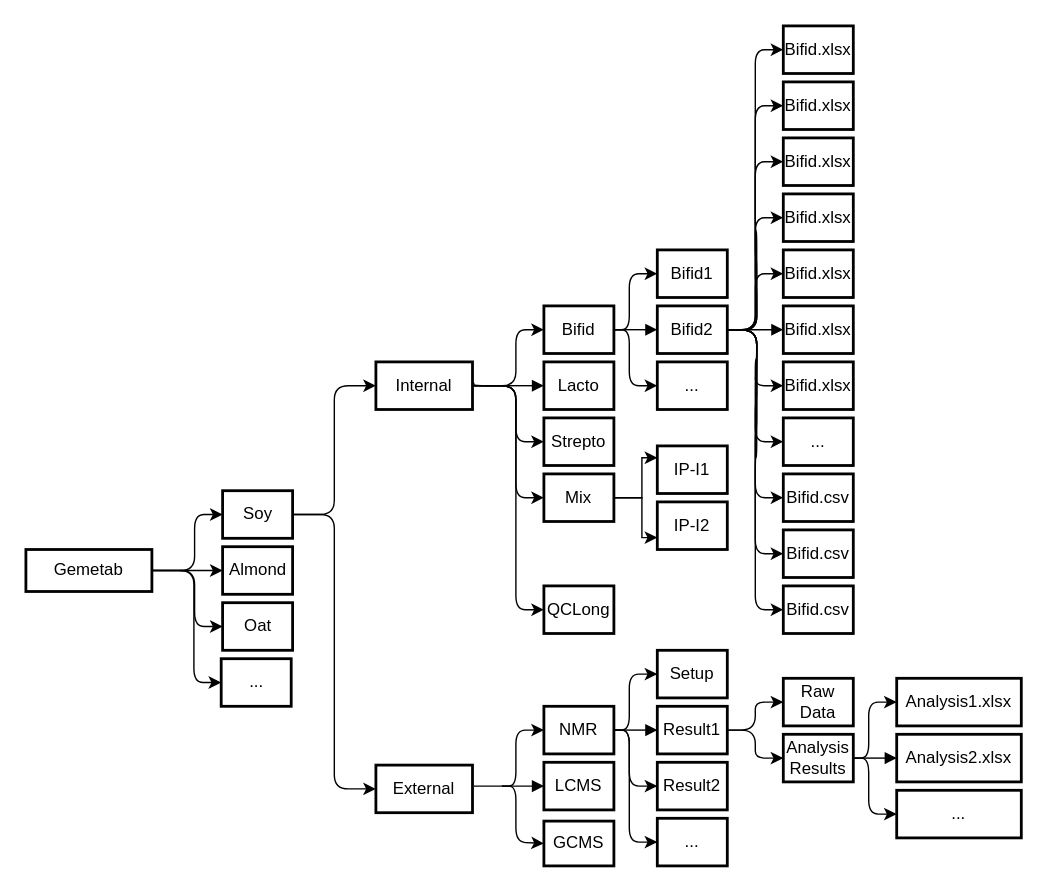
Earlier version of the draw.io diagram Diagramme sans nom.drawio (Yoseko/first_streamlit_app). Source tidied: cells renumbered, new cells numbered last; positions are measured from the earlier drawing's top-left corner, leaving out a move shared by most shapes. Both pictures are drawn from the tidied source at 140%, with x=0, y=0 at pixel (25, 25).
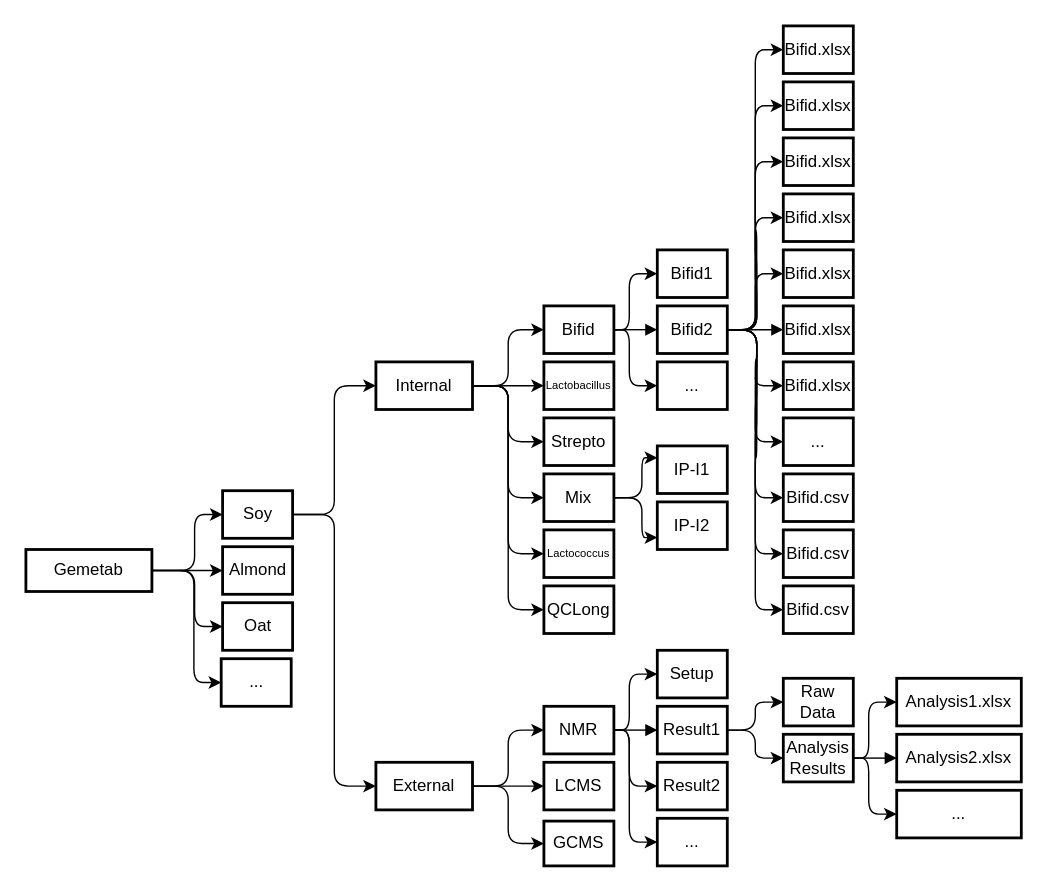
The same diagram, later.

Unchanged cells that the change refers to:
```xml
<mxCell id="22" value="NMR" style="whiteSpace=wrap;strokeWidth=2;" parent="1" vertex="1">
  <mxGeometry x="370" y="486" width="50" height="34" as="geometry" />
</mxCell>
<mxCell id="23" value="LCMS" style="whiteSpace=wrap;strokeWidth=2;" parent="1" vertex="1">
  <mxGeometry x="370" y="526" width="50" height="34" as="geometry" />
</mxCell>
<mxCell id="25" value="GCMS" style="whiteSpace=wrap;strokeWidth=2;" parent="1" vertex="1">
  <mxGeometry x="370" y="568" width="50" height="32" as="geometry" />
</mxCell>
<mxCell id="28" value="Bifid" style="whiteSpace=wrap;strokeWidth=2;" parent="1" vertex="1">
  <mxGeometry x="370" y="200" width="50" height="34" as="geometry" />
</mxCell>
<mxCell id="31" value="Strepto" style="whiteSpace=wrap;strokeWidth=2;" parent="1" vertex="1">
  <mxGeometry x="370" y="280" width="50" height="34" as="geometry" />
</mxCell>
<mxCell id="42" value="Mix" style="whiteSpace=wrap;strokeWidth=2;" parent="1" vertex="1">
  <mxGeometry x="370" y="320" width="50" height="34" as="geometry" />
</mxCell>
<mxCell id="78" value="IP-I1" style="whiteSpace=wrap;strokeWidth=2;" parent="1" vertex="1">
  <mxGeometry x="451" y="300" width="50" height="34" as="geometry" />
</mxCell>
<mxCell id="79" value="IP-I2" style="whiteSpace=wrap;strokeWidth=2;" parent="1" vertex="1">
  <mxGeometry x="451" y="340" width="50" height="34" as="geometry" />
</mxCell>
<mxCell id="80" value="QCLong" style="whiteSpace=wrap;strokeWidth=2;" parent="1" vertex="1">
  <mxGeometry x="370" y="400" width="50" height="34" as="geometry" />
</mxCell>
```

What changed in the source:
```diff
@@
-    <mxCell id="8" value="Internal" style="whiteSpace=wrap;strokeWidth=2;" parent="1" vertex="1">
-      <mxGeometry x="250" y="240" width="69" height="34" as="geometry" />
-    </mxCell>
-    <mxCell id="9" style="edgeStyle=orthogonalEdgeStyle;rounded=1;jettySize=auto;html=1;exitX=1;exitY=0.5;exitDx=0;exitDy=0;entryX=0;entryY=0.5;entryDx=0;entryDy=0;curved=0;" parent="1" edge="1" target="22">
-      <mxGeometry relative="1" as="geometry">
-        <mxPoint x="340" y="543" as="sourcePoint" />
-        <Array as="points">
-          <mxPoint x="350" y="543" />
-          <mxPoint x="350" y="503" />
-        </Array>
-      </mxGeometry>
-    </mxCell>
-    <mxCell id="10" style="edgeStyle=orthogonalEdgeStyle;rounded=1;jettySize=auto;html=1;exitX=1;exitY=0.5;exitDx=0;exitDy=0;entryX=0;entryY=0.5;entryDx=0;entryDy=0;curved=0;" parent="1" edge="1" target="25">
-      <mxGeometry relative="1" as="geometry">
-        <mxPoint x="340" y="543" as="sourcePoint" />
-        <Array as="points">
-          <mxPoint x="350" y="543" />
-          <mxPoint x="350" y="583" />
-        </Array>
-      </mxGeometry>
-    </mxCell>
-    <mxCell id="11" value="External" style="whiteSpace=wrap;strokeWidth=2;" parent="1" vertex="1">
-      <mxGeometry x="250" y="528" width="69" height="34" as="geometry" />
-    </mxCell>
+    <mxCell id="82" style="edgeStyle=orthogonalEdgeStyle;rounded=1;jettySize=auto;html=1;exitX=1;exitY=0.5;exitDx=0;exitDy=0;entryX=0;entryY=0.5;entryDx=0;entryDy=0;curved=0;" parent="1" edge="1" source="8" target="87">
+      <mxGeometry relative="1" as="geometry" />
+    </mxCell>
     <mxCell id="12" style="edgeStyle=orthogonalEdgeStyle;rounded=1;jettySize=auto;html=1;exitX=1;exitY=0.5;exitDx=0;exitDy=0;entryX=0;entryY=0.5;entryDx=0;entryDy=0;curved=0;" parent="1" edge="1" source="8" target="28">
-      <mxGeometry relative="1" as="geometry">
-        <Array as="points">
-          <mxPoint x="320" y="255" />
-          <mxPoint x="320" y="257" />
-          <mxPoint x="350" y="257" />
-          <mxPoint x="350" y="217" />
-        </Array>
-      </mxGeometry>
+      <mxGeometry relative="1" as="geometry" />
     </mxCell>
+    <mxCell id="83" style="edgeStyle=orthogonalEdgeStyle;rounded=0;jettySize=auto;html=1;exitX=1;exitY=0.5;exitDx=0;exitDy=0;entryX=0;entryY=0.5;entryDx=0;entryDy=0;" parent="1" edge="1" source="8" target="29">
+      <mxGeometry relative="1" as="geometry" />
+    </mxCell>
     <mxCell id="13" style="edgeStyle=orthogonalEdgeStyle;rounded=1;jettySize=auto;html=1;exitX=1;exitY=0.5;exitDx=0;exitDy=0;entryX=0;entryY=0.5;entryDx=0;entryDy=0;curved=0;" parent="1" edge="1" source="8" target="31">
-      <mxGeometry relative="1" as="geometry">
-        <Array as="points">
-          <mxPoint x="319" y="257" />
-          <mxPoint x="350" y="257" />
-          <mxPoint x="350" y="297" />
-        </Array>
-      </mxGeometry>
+      <mxGeometry relative="1" as="geometry" />
     </mxCell>
     <mxCell id="14" style="edgeStyle=orthogonalEdgeStyle;rounded=1;jettySize=auto;html=1;exitX=1;exitY=0.5;exitDx=0;exitDy=0;entryX=0;entryY=0.5;entryDx=0;entryDy=0;curved=0;" parent="1" edge="1" source="8" target="42">
-      <mxGeometry relative="1" as="geometry">
-        <Array as="points">
-          <mxPoint x="319" y="257" />
-          <mxPoint x="350" y="257" />
-          <mxPoint x="350" y="337" />
-        </Array>
-      </mxGeometry>
+      <mxGeometry relative="1" as="geometry" />
     </mxCell>
     <mxCell id="15" style="edgeStyle=orthogonalEdgeStyle;rounded=1;jettySize=auto;html=1;exitX=1;exitY=0.5;exitDx=0;exitDy=0;entryX=0;entryY=0.5;entryDx=0;entryDy=0;curved=0;" parent="1" edge="1" source="8" target="80">
-      <mxGeometry relative="1" as="geometry">
-        <Array as="points">
-          <mxPoint x="319" y="257" />
-          <mxPoint x="350" y="257" />
-          <mxPoint x="350" y="417" />
-        </Array>
-      </mxGeometry>
+      <mxGeometry relative="1" as="geometry" />
     </mxCell>
+    <mxCell id="8" value="Internal" style="whiteSpace=wrap;strokeWidth=2;" parent="1" vertex="1">
+      <mxGeometry x="250" y="240" width="69" height="34" as="geometry" />
+    </mxCell>
+    <mxCell id="84" style="edgeStyle=orthogonalEdgeStyle;rounded=1;jettySize=auto;html=1;exitX=1;exitY=0.5;exitDx=0;exitDy=0;entryX=0;entryY=0.5;entryDx=0;entryDy=0;curved=0;" parent="1" edge="1" source="11" target="22">
+      <mxGeometry relative="1" as="geometry" />
+    </mxCell>
+    <mxCell id="85" style="edgeStyle=orthogonalEdgeStyle;rounded=0;jettySize=auto;html=1;exitX=1;exitY=0.5;exitDx=0;exitDy=0;" parent="1" edge="1" source="11" target="23">
+      <mxGeometry relative="1" as="geometry" />
+    </mxCell>
+    <mxCell id="86" style="edgeStyle=orthogonalEdgeStyle;rounded=1;jettySize=auto;html=1;exitX=1;exitY=0.5;exitDx=0;exitDy=0;entryX=0;entryY=0.5;entryDx=0;entryDy=0;curved=0;" parent="1" edge="1" source="11" target="25">
+      <mxGeometry relative="1" as="geometry" />
+    </mxCell>
+    <mxCell id="11" value="External" style="whiteSpace=wrap;strokeWidth=2;" parent="1" vertex="1">
+      <mxGeometry x="250" y="526" width="69" height="34" as="geometry" />
+    </mxCell>
@@
-    <mxCell id="24" style="curved=0;startArrow=none;endArrow=block;entryX=0;entryY=0.5;entryDx=0;entryDy=0;rounded=1;" parent="1" edge="1" target="23">
-      <mxGeometry relative="1" as="geometry">
-        <mxPoint x="320" y="543" as="sourcePoint" />
-      </mxGeometry>
-    </mxCell>
@@
-    <mxCell id="29" value="Lacto" style="whiteSpace=wrap;strokeWidth=2;" parent="1" vertex="1">
+    <mxCell id="29" value="Lactobacillus" style="whiteSpace=wrap;strokeWidth=2;fontSize=8;" parent="1" vertex="1">
       <mxGeometry x="370" y="240" width="50" height="34" as="geometry" />
     </mxCell>
-    <mxCell id="30" style="curved=0;startArrow=none;endArrow=block;entryX=0;entryY=0.5;entryDx=0;entryDy=0;rounded=1;" parent="1" edge="1" target="29">
-      <mxGeometry relative="1" as="geometry">
-        <mxPoint x="340" y="257" as="sourcePoint" />
-      </mxGeometry>
-    </mxCell>
@@
-    <mxCell id="40" style="edgeStyle=orthogonalEdgeStyle;rounded=0;jettySize=auto;html=1;exitX=1;exitY=0.5;exitDx=0;exitDy=0;entryX=0;entryY=0.25;entryDx=0;entryDy=0;" parent="1" edge="1" source="42" target="78">
+    <mxCell id="40" style="edgeStyle=orthogonalEdgeStyle;rounded=1;jettySize=auto;html=1;exitX=1;exitY=0.5;exitDx=0;exitDy=0;entryX=0;entryY=0.25;entryDx=0;entryDy=0;curved=0;" parent="1" edge="1" source="42" target="78">
       <mxGeometry relative="1" as="geometry" />
     </mxCell>
-    <mxCell id="41" style="edgeStyle=orthogonalEdgeStyle;rounded=0;jettySize=auto;html=1;exitX=1;exitY=0.5;exitDx=0;exitDy=0;entryX=0;entryY=0.75;entryDx=0;entryDy=0;" parent="1" edge="1" source="42" target="79">
+    <mxCell id="41" style="edgeStyle=orthogonalEdgeStyle;rounded=1;jettySize=auto;html=1;exitX=1;exitY=0.5;exitDx=0;exitDy=0;entryX=0;entryY=0.75;entryDx=0;entryDy=0;curved=0;" parent="1" edge="1" source="42" target="79">
       <mxGeometry relative="1" as="geometry" />
     </mxCell>
@@
+    <mxCell id="87" value="Lactococcus" style="whiteSpace=wrap;strokeWidth=2;fontSize=8;" parent="1" vertex="1">
+      <mxGeometry x="370" y="360" width="50" height="34" as="geometry" />
+    </mxCell>
```
